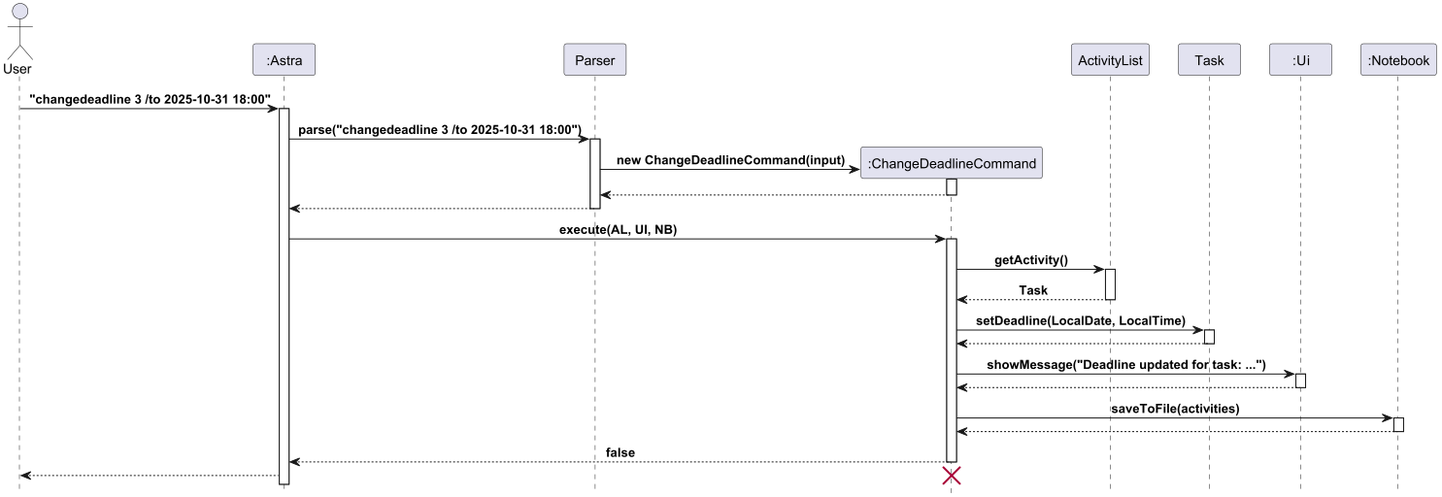
Before: docs/images/changeDeadline_sequence.png, a diagram exported from PlantUML (Kennahh/tp). Its source is kept beside it as docs/diagrams/ChangeDeadline_sequence.puml.
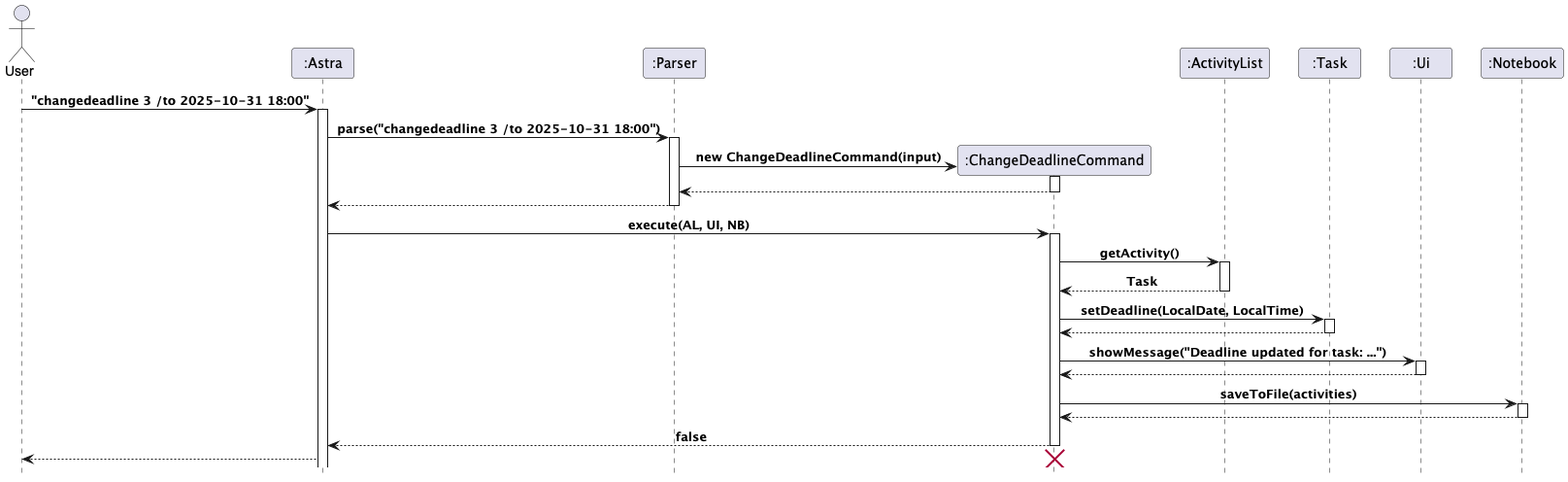
Later version of the same file.

The edit, as a diff of the source:
```diff
@@ -3,10 +3,10 @@
 actor User
 participant Astra as ":Astra"
 
-participant Parser
+participant Parser as ":Parser"
 participant C as ":ChangeDeadlineCommand"
-participant AL as "ActivityList"
-participant T as "Task"
+participant AL as ":ActivityList"
+participant T as ":Task"
 participant UI as ":Ui"
 participant NB as ":Notebook"
 
```
